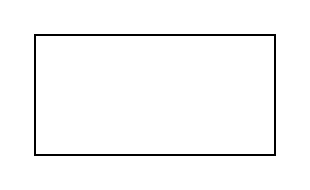
Before: Untitled Diagram.drawio in takachan0012/draw.io, a draw.io diagram. Source tidied: cells renumbered, new cells numbered last; positions are measured from the earlier drawing's top-left corner, leaving out a move shared by most shapes. Both pictures are drawn from the tidied source at 200%, with x=0, y=0 at pixel (34, 34).
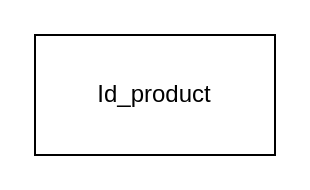
After the change.

Commit message:
ERD id_product

The edit, as a diff of the source:
```diff
@@
 <mxGraphModel>
   <root>
     <mxCell id="0" />
     <mxCell id="1" parent="0" />
-    <mxCell id="2" style="rounded=0;whiteSpace=wrap;html=1;" parent="1" vertex="1">
+    <mxCell id="2" value="Id_product" style="rounded=0;whiteSpace=wrap;html=1;" parent="1" vertex="1">
       <mxGeometry width="120" height="60" as="geometry" />
     </mxCell>
   </root>
 </mxGraphModel>
```
